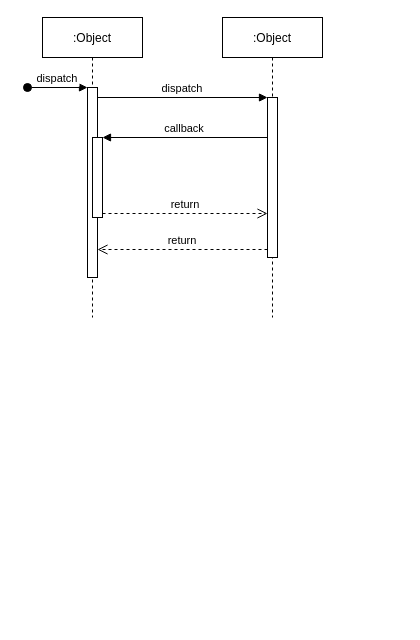
This is elasticsearch/meta/meta_raw.drawio from kingskipper/design, a draw.io file, before an edit. Source tidied: cells renumbered, new cells numbered last; positions are measured from the earlier drawing's top-left corner, leaving out a move shared by most shapes. Both pictures are drawn from the tidied source at 100%, with x=0, y=0 at pixel (27, 17).
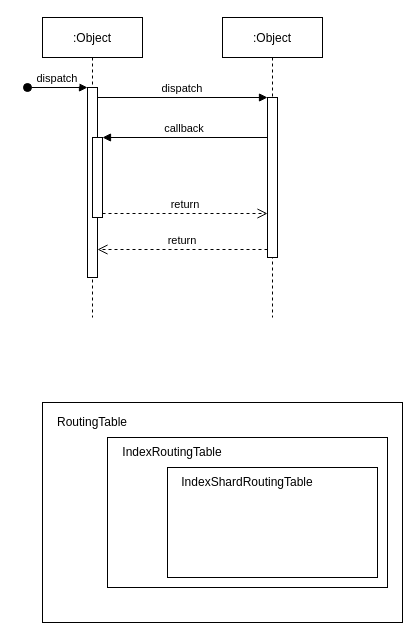
The same page after the edit.

What changed in the source:
```diff
@@
 <mxGraphModel>
   <root>
     <mxCell id="0" />
     <mxCell id="1" parent="0" />
     <mxCell id="2" value=":Object" style="shape=umlLifeline;perimeter=lifelinePerimeter;rounded=0;shadow=0;strokeWidth=1;" parent="1" vertex="1">
       <mxGeometry x="15" width="100" height="300" as="geometry" />
     </mxCell>
     <mxCell id="3" style="points=[];perimeter=orthogonalPerimeter;rounded=0;shadow=0;strokeWidth=1;" parent="2" vertex="1">
       <mxGeometry x="45" y="70" width="10" height="190" as="geometry" />
     </mxCell>
     <mxCell id="4" value="dispatch" style="verticalAlign=bottom;startArrow=oval;endArrow=block;startSize=8;shadow=0;strokeWidth=1;" parent="2" edge="1" target="3">
       <mxGeometry relative="1" as="geometry">
         <mxPoint x="-15" y="70" as="sourcePoint" />
       </mxGeometry>
     </mxCell>
     <mxCell id="5" style="points=[];perimeter=orthogonalPerimeter;rounded=0;shadow=0;strokeWidth=1;" parent="2" vertex="1">
       <mxGeometry x="50" y="120" width="10" height="80" as="geometry" />
     </mxCell>
     <mxCell id="6" value=":Object" style="shape=umlLifeline;perimeter=lifelinePerimeter;rounded=0;shadow=0;strokeWidth=1;" parent="1" vertex="1">
       <mxGeometry x="195" width="100" height="300" as="geometry" />
     </mxCell>
     <mxCell id="7" style="points=[];perimeter=orthogonalPerimeter;rounded=0;shadow=0;strokeWidth=1;" parent="6" vertex="1">
       <mxGeometry x="45" y="80" width="10" height="160" as="geometry" />
     </mxCell>
     <mxCell id="8" value="return" style="verticalAlign=bottom;endArrow=open;dashed=1;endSize=8;exitX=0;exitY=0.95;shadow=0;strokeWidth=1;" parent="1" edge="1" source="7" target="3">
       <mxGeometry relative="1" as="geometry" />
     </mxCell>
     <mxCell id="9" value="dispatch" style="verticalAlign=bottom;endArrow=block;entryX=0;entryY=0;shadow=0;strokeWidth=1;" parent="1" edge="1" source="3" target="7">
       <mxGeometry relative="1" as="geometry" />
     </mxCell>
     <mxCell id="10" value="callback" style="verticalAlign=bottom;endArrow=block;entryX=1;entryY=0;shadow=0;strokeWidth=1;" parent="1" edge="1" source="7" target="5">
       <mxGeometry relative="1" as="geometry" />
     </mxCell>
     <mxCell id="11" value="return" style="verticalAlign=bottom;endArrow=open;dashed=1;endSize=8;exitX=1;exitY=0.95;shadow=0;strokeWidth=1;" parent="1" edge="1" source="5" target="7">
       <mxGeometry relative="1" as="geometry" />
     </mxCell>
+    <mxCell id="12" style="rounded=0;whiteSpace=wrap;html=1;" parent="1" vertex="1">
+      <mxGeometry x="15" y="385" width="360" height="220" as="geometry" />
+    </mxCell>
+    <mxCell id="13" value="RoutingTable" style="text;html=1;strokeColor=none;fillColor=none;align=center;verticalAlign=middle;whiteSpace=wrap;rounded=0;" parent="1" vertex="1">
+      <mxGeometry x="25" y="390" width="80" height="30" as="geometry" />
+    </mxCell>
+    <mxCell id="14" style="rounded=0;whiteSpace=wrap;html=1;" parent="1" vertex="1">
+      <mxGeometry x="80" y="420" width="280" height="150" as="geometry" />
+    </mxCell>
+    <mxCell id="15" value="IndexRoutingTable" style="text;html=1;strokeColor=none;fillColor=none;align=center;verticalAlign=middle;whiteSpace=wrap;rounded=0;" parent="1" vertex="1">
+      <mxGeometry x="105" y="420" width="80" height="30" as="geometry" />
+    </mxCell>
+    <mxCell id="16" style="rounded=0;whiteSpace=wrap;html=1;" parent="1" vertex="1">
+      <mxGeometry x="140" y="450" width="210" height="110" as="geometry" />
+    </mxCell>
+    <mxCell id="17" value="IndexShardRoutingTable" style="text;html=1;strokeColor=none;fillColor=none;align=center;verticalAlign=middle;whiteSpace=wrap;rounded=0;" parent="1" vertex="1">
+      <mxGeometry x="190" y="450" width="60" height="30" as="geometry" />
+    </mxCell>
   </root>
 </mxGraphModel>
```
